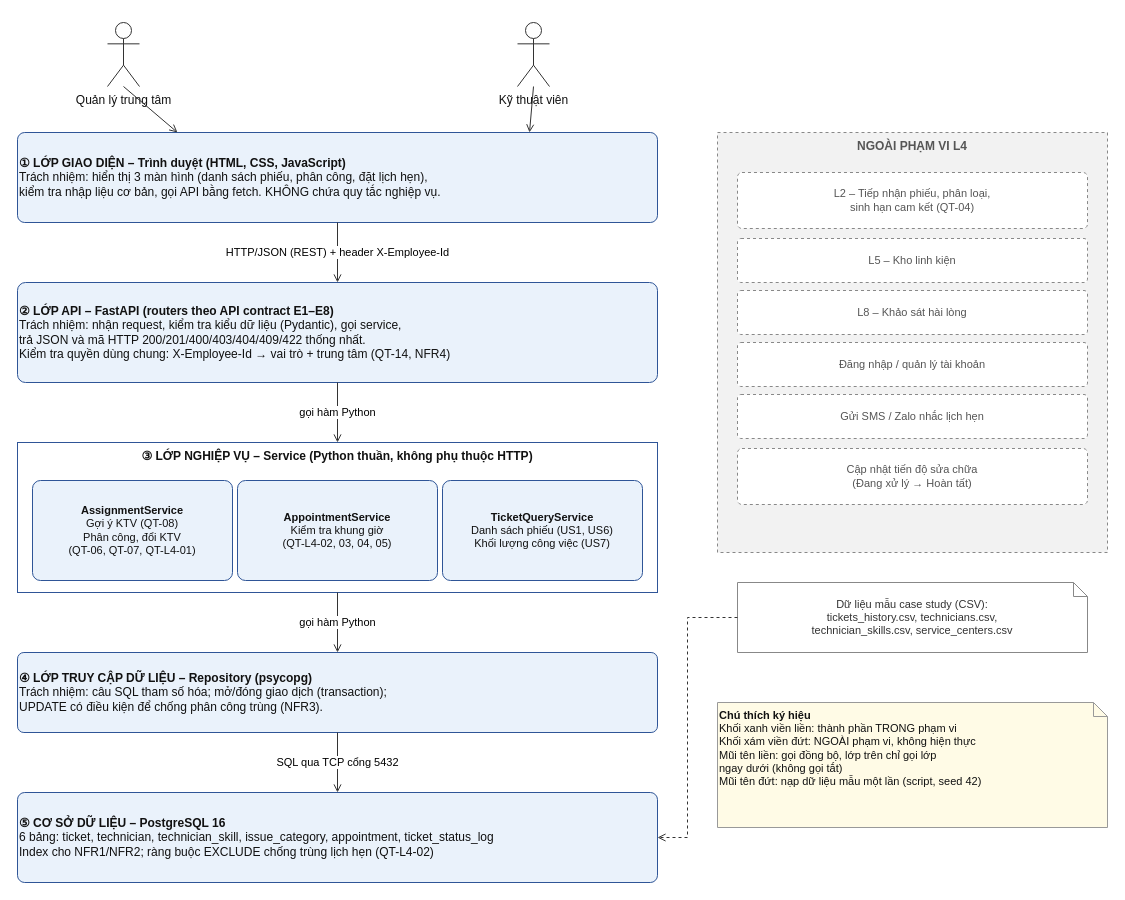
This is docs/architecture.drawio from Thaiduc2374802010117/smartcrm-2374802010117-technician-assignment, a draw.io file, before an edit. Source tidied: cells renumbered, new cells numbered last; positions are measured from the earlier drawing's top-left corner, leaving out a move shared by most shapes. Both pictures are drawn from the tidied source at 100%, with x=0, y=0 at pixel (17, 22).
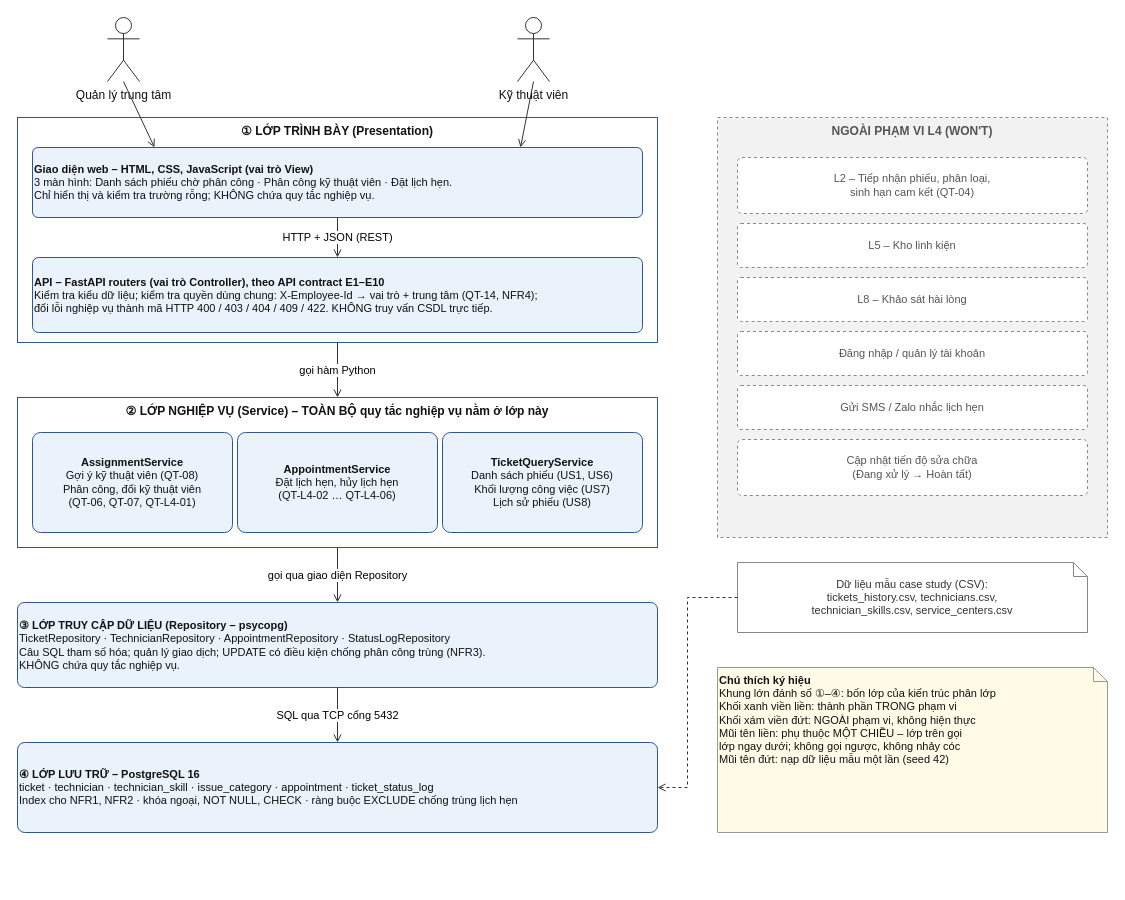
Above is the later version.

Commit message (it also covers changes not shown here):
docs: refine 4-layer architecture, 3NF ERD and consistency check

What changed in the source:
```diff
@@
     <mxCell id="2" value="Quản lý trung tâm" style="shape=umlActor;verticalLabelPosition=bottom;verticalAlign=top;html=1;outlineConnect=0;fillColor=#FFFFFF;strokeColor=#333333;fontSize=12;fontColor=#111111;" parent="1" vertex="1">
-      <mxGeometry x="90" width="32" height="64" as="geometry" />
+      <mxGeometry x="90" y="-5" width="32" height="64" as="geometry" />
     </mxCell>
     <mxCell id="3" value="Kỹ thuật viên" style="shape=umlActor;verticalLabelPosition=bottom;verticalAlign=top;html=1;outlineConnect=0;fillColor=#FFFFFF;strokeColor=#333333;fontSize=12;fontColor=#111111;" parent="1" vertex="1">
-      <mxGeometry x="500" width="32" height="64" as="geometry" />
+      <mxGeometry x="500" y="-5" width="32" height="64" as="geometry" />
     </mxCell>
+    <mxCell id="28" value="&lt;b&gt;① LỚP TRÌNH BÀY (Presentation)&lt;/b&gt;" style="rounded=0;whiteSpace=wrap;html=1;verticalAlign=top;fillColor=#FFFFFF;strokeColor=#2F5597;fontSize=12;fontColor=#111111;align=center;" parent="1" vertex="1">
+      <mxGeometry y="95" width="640" height="225" as="geometry" />
+    </mxCell>
-    <mxCell id="4" value="&lt;b&gt;① LỚP GIAO DIỆN – Trình duyệt (HTML, CSS, JavaScript)&lt;/b&gt;&lt;br&gt;Trách nhiệm: hiển thị 3 màn hình (danh sách phiếu, phân công, đặt lịch hẹn),&lt;br&gt;kiểm tra nhập liệu cơ bản, gọi API bằng fetch. KHÔNG chứa quy tắc nghiệp vụ." style="rounded=1;arcSize=8;whiteSpace=wrap;html=1;fillColor=#EAF2FB;strokeColor=#2F5597;fontSize=12;fontColor=#111111;align=left;verticalAlign=middle;" parent="1" vertex="1">
-      <mxGeometry y="110" width="640" height="90" as="geometry" />
+    <mxCell id="4" value="&lt;b&gt;Giao diện web – HTML, CSS, JavaScript (vai trò View)&lt;/b&gt;&lt;br&gt;3 màn hình: Danh sách phiếu chờ phân công · Phân công kỹ thuật viên · Đặt lịch hẹn.&lt;br&gt;Chỉ hiển thị và kiểm tra trường rỗng; KHÔNG chứa quy tắc nghiệp vụ." style="rounded=1;arcSize=8;whiteSpace=wrap;html=1;fillColor=#EAF2FB;strokeColor=#2F5597;fontSize=11;fontColor=#111111;align=left;verticalAlign=middle;" parent="1" vertex="1">
+      <mxGeometry x="15" y="125" width="610" height="70" as="geometry" />
     </mxCell>
-    <mxCell id="5" value="&lt;b&gt;② LỚP API – FastAPI (routers theo API contract E1–E8)&lt;/b&gt;&lt;br&gt;Trách nhiệm: nhận request, kiểm tra kiểu dữ liệu (Pydantic), gọi service,&lt;br&gt;trả JSON và mã HTTP 200/201/400/403/404/409/422 thống nhất.&lt;br&gt;Kiểm tra quyền dùng chung: X-Employee-Id → vai trò + trung tâm (QT-14, NFR4)" style="rounded=1;arcSize=8;whiteSpace=wrap;html=1;fillColor=#EAF2FB;strokeColor=#2F5597;fontSize=12;fontColor=#111111;align=left;verticalAlign=middle;" parent="1" vertex="1">
-      <mxGeometry y="260" width="640" height="100" as="geometry" />
+    <mxCell id="5" value="&lt;b&gt;API – FastAPI routers (vai trò Controller), theo API contract E1–E10&lt;/b&gt;&lt;br&gt;Kiểm tra kiểu dữ liệu; kiểm tra quyền dùng chung: X-Employee-Id → vai trò + trung tâm (QT-14, NFR4);&lt;br&gt;đổi lỗi nghiệp vụ thành mã HTTP 400 / 403 / 404 / 409 / 422. KHÔNG truy vấn CSDL trực tiếp." style="rounded=1;arcSize=8;whiteSpace=wrap;html=1;fillColor=#EAF2FB;strokeColor=#2F5597;fontSize=11;fontColor=#111111;align=left;verticalAlign=middle;" parent="1" vertex="1">
+      <mxGeometry x="15" y="235" width="610" height="75" as="geometry" />
     </mxCell>
-    <mxCell id="6" value="&lt;b&gt;③ LỚP NGHIỆP VỤ – Service (Python thuần, không phụ thuộc HTTP)&lt;/b&gt;" style="rounded=0;whiteSpace=wrap;html=1;verticalAlign=top;fillColor=#FFFFFF;strokeColor=#2F5597;fontSize=12;fontColor=#111111;align=center;" parent="1" vertex="1">
-      <mxGeometry y="420" width="640" height="150" as="geometry" />
+    <mxCell id="6" value="&lt;b&gt;② LỚP NGHIỆP VỤ (Service) – TOÀN BỘ quy tắc nghiệp vụ nằm ở lớp này&lt;/b&gt;" style="rounded=0;whiteSpace=wrap;html=1;verticalAlign=top;fillColor=#FFFFFF;strokeColor=#2F5597;fontSize=12;fontColor=#111111;align=center;" parent="1" vertex="1">
+      <mxGeometry y="375" width="640" height="150" as="geometry" />
     </mxCell>
-    <mxCell id="7" value="&lt;b&gt;AssignmentService&lt;/b&gt;&lt;br&gt;Gợi ý KTV (QT-08)&lt;br&gt;Phân công, đổi KTV&lt;br&gt;(QT-06, QT-07, QT-L4-01)" style="rounded=1;arcSize=8;whiteSpace=wrap;html=1;fillColor=#EAF2FB;strokeColor=#2F5597;fontSize=11;fontColor=#111111;align=center;verticalAlign=middle;" parent="1" vertex="1">
-      <mxGeometry x="15" y="458" width="200" height="100" as="geometry" />
+    <mxCell id="7" value="&lt;b&gt;AssignmentService&lt;/b&gt;&lt;br&gt;Gợi ý kỹ thuật viên (QT-08)&lt;br&gt;Phân công, đổi kỹ thuật viên&lt;br&gt;(QT-06, QT-07, QT-L4-01)" style="rounded=1;arcSize=8;whiteSpace=wrap;html=1;fillColor=#EAF2FB;strokeColor=#2F5597;fontSize=11;fontColor=#111111;align=center;verticalAlign=middle;" parent="1" vertex="1">
+      <mxGeometry x="15" y="410" width="200" height="100" as="geometry" />
     </mxCell>
-    <mxCell id="8" value="&lt;b&gt;AppointmentService&lt;/b&gt;&lt;br&gt;Kiểm tra khung giờ&lt;br&gt;(QT-L4-02, 03, 04, 05)" style="rounded=1;arcSize=8;whiteSpace=wrap;html=1;fillColor=#EAF2FB;strokeColor=#2F5597;fontSize=11;fontColor=#111111;align=center;verticalAlign=middle;" parent="1" vertex="1">
-      <mxGeometry x="220" y="458" width="200" height="100" as="geometry" />
+    <mxCell id="8" value="&lt;b&gt;AppointmentService&lt;/b&gt;&lt;br&gt;Đặt lịch hẹn, hủy lịch hẹn&lt;br&gt;(QT-L4-02 … QT-L4-06)" style="rounded=1;arcSize=8;whiteSpace=wrap;html=1;fillColor=#EAF2FB;strokeColor=#2F5597;fontSize=11;fontColor=#111111;align=center;verticalAlign=middle;" parent="1" vertex="1">
+      <mxGeometry x="220" y="410" width="200" height="100" as="geometry" />
     </mxCell>
-    <mxCell id="9" value="&lt;b&gt;TicketQueryService&lt;/b&gt;&lt;br&gt;Danh sách phiếu (US1, US6)&lt;br&gt;Khối lượng công việc (US7)" style="rounded=1;arcSize=8;whiteSpace=wrap;html=1;fillColor=#EAF2FB;strokeColor=#2F5597;fontSize=11;fontColor=#111111;align=center;verticalAlign=middle;" parent="1" vertex="1">
-      <mxGeometry x="425" y="458" width="200" height="100" as="geometry" />
+    <mxCell id="9" value="&lt;b&gt;TicketQueryService&lt;/b&gt;&lt;br&gt;Danh sách phiếu (US1, US6)&lt;br&gt;Khối lượng công việc (US7)&lt;br&gt;Lịch sử phiếu (US8)" style="rounded=1;arcSize=8;whiteSpace=wrap;html=1;fillColor=#EAF2FB;strokeColor=#2F5597;fontSize=11;fontColor=#111111;align=center;verticalAlign=middle;" parent="1" vertex="1">
+      <mxGeometry x="425" y="410" width="200" height="100" as="geometry" />
     </mxCell>
-    <mxCell id="10" value="&lt;b&gt;④ LỚP TRUY CẬP DỮ LIỆU – Repository (psycopg)&lt;/b&gt;&lt;br&gt;Trách nhiệm: câu SQL tham số hóa; mở/đóng giao dịch (transaction);&lt;br&gt;UPDATE có điều kiện để chống phân công trùng (NFR3)." style="rounded=1;arcSize=8;whiteSpace=wrap;html=1;fillColor=#EAF2FB;strokeColor=#2F5597;fontSize=12;fontColor=#111111;align=left;verticalAlign=middle;" parent="1" vertex="1">
-      <mxGeometry y="630" width="640" height="80" as="geometry" />
+    <mxCell id="10" value="&lt;b&gt;③ LỚP TRUY CẬP DỮ LIỆU (Repository – psycopg)&lt;/b&gt;&lt;br&gt;TicketRepository · TechnicianRepository · AppointmentRepository · StatusLogRepository&lt;br&gt;Câu SQL tham số hóa; quản lý giao dịch; UPDATE có điều kiện chống phân công trùng (NFR3).&lt;br&gt;KHÔNG chứa quy tắc nghiệp vụ." style="rounded=1;arcSize=8;whiteSpace=wrap;html=1;fillColor=#EAF2FB;strokeColor=#2F5597;fontSize=11;fontColor=#111111;align=left;verticalAlign=middle;" parent="1" vertex="1">
+      <mxGeometry y="580" width="640" height="85" as="geometry" />
     </mxCell>
-    <mxCell id="11" value="&lt;b&gt;⑤ CƠ SỞ DỮ LIỆU – PostgreSQL 16&lt;/b&gt;&lt;br&gt;6 bảng: ticket, technician, technician_skill, issue_category, appointment, ticket_status_log&lt;br&gt;Index cho NFR1/NFR2; ràng buộc EXCLUDE chống trùng lịch hẹn (QT-L4-02)" style="rounded=1;arcSize=8;whiteSpace=wrap;html=1;fillColor=#EAF2FB;strokeColor=#2F5597;fontSize=12;fontColor=#111111;align=left;verticalAlign=middle;" parent="1" vertex="1">
-      <mxGeometry y="770" width="640" height="90" as="geometry" />
+    <mxCell id="11" value="&lt;b&gt;④ LỚP LƯU TRỮ – PostgreSQL 16&lt;/b&gt;&lt;br&gt;ticket · technician · technician_skill · issue_category · appointment · ticket_status_log&lt;br&gt;Index cho NFR1, NFR2 · khóa ngoại, NOT NULL, CHECK · ràng buộc EXCLUDE chống trùng lịch hẹn" style="rounded=1;arcSize=8;whiteSpace=wrap;html=1;fillColor=#EAF2FB;strokeColor=#2F5597;fontSize=11;fontColor=#111111;align=left;verticalAlign=middle;" parent="1" vertex="1">
+      <mxGeometry y="720" width="640" height="90" as="geometry" />
     </mxCell>
-    <mxCell id="12" value="&lt;b&gt;NGOÀI PHẠM VI L4&lt;/b&gt;" style="rounded=0;whiteSpace=wrap;html=1;verticalAlign=top;fillColor=#F2F2F2;strokeColor=#888888;fontSize=12;fontColor=#555555;align=center;dashed=1;" parent="1" vertex="1">
-      <mxGeometry x="700" y="110" width="390" height="420" as="geometry" />
+    <mxCell id="12" value="&lt;b&gt;NGOÀI PHẠM VI L4 (WON&amp;#x27;T)&lt;/b&gt;" style="rounded=0;whiteSpace=wrap;html=1;verticalAlign=top;fillColor=#F2F2F2;strokeColor=#888888;fontSize=12;fontColor=#555555;align=center;dashed=1;" parent="1" vertex="1">
+      <mxGeometry x="700" y="95" width="390" height="420" as="geometry" />
     </mxCell>
+    <mxCell id="29" value="L2 – Tiếp nhận phiếu, phân loại,&lt;br&gt;sinh hạn cam kết (QT-04)" style="rounded=1;arcSize=8;whiteSpace=wrap;html=1;fillColor=#FFFFFF;strokeColor=#888888;fontSize=11;fontColor=#555555;align=center;verticalAlign=middle;dashed=1;" parent="1" vertex="1">
+      <mxGeometry x="720" y="135" width="350" height="56" as="geometry" />
+    </mxCell>
-    <mxCell id="13" value="L2 – Tiếp nhận phiếu, phân loại,&lt;br&gt;sinh hạn cam kết (QT-04)" style="rounded=1;arcSize=8;whiteSpace=wrap;html=1;fillColor=#FFFFFF;strokeColor=#888888;fontSize=11;fontColor=#555555;align=center;verticalAlign=middle;dashed=1;" parent="1" vertex="1">
-      <mxGeometry x="720" y="150" width="350" height="56" as="geometry" />
+    <mxCell id="13" value="L5 – Kho linh kiện" style="rounded=1;arcSize=8;whiteSpace=wrap;html=1;fillColor=#FFFFFF;strokeColor=#888888;fontSize=11;fontColor=#555555;align=center;verticalAlign=middle;dashed=1;" parent="1" vertex="1">
+      <mxGeometry x="720" y="201" width="350" height="44" as="geometry" />
     </mxCell>
-    <mxCell id="14" value="L5 – Kho linh kiện" style="rounded=1;arcSize=8;whiteSpace=wrap;html=1;fillColor=#FFFFFF;strokeColor=#888888;fontSize=11;fontColor=#555555;align=center;verticalAlign=middle;dashed=1;" parent="1" vertex="1">
-      <mxGeometry x="720" y="216" width="350" height="44" as="geometry" />
+    <mxCell id="14" value="L8 – Khảo sát hài lòng" style="rounded=1;arcSize=8;whiteSpace=wrap;html=1;fillColor=#FFFFFF;strokeColor=#888888;fontSize=11;fontColor=#555555;align=center;verticalAlign=middle;dashed=1;" parent="1" vertex="1">
+      <mxGeometry x="720" y="255" width="350" height="44" as="geometry" />
     </mxCell>
-    <mxCell id="15" value="L8 – Khảo sát hài lòng" style="rounded=1;arcSize=8;whiteSpace=wrap;html=1;fillColor=#FFFFFF;strokeColor=#888888;fontSize=11;fontColor=#555555;align=center;verticalAlign=middle;dashed=1;" parent="1" vertex="1">
-      <mxGeometry x="720" y="268" width="350" height="44" as="geometry" />
+    <mxCell id="15" value="Đăng nhập / quản lý tài khoản" style="rounded=1;arcSize=8;whiteSpace=wrap;html=1;fillColor=#FFFFFF;strokeColor=#888888;fontSize=11;fontColor=#555555;align=center;verticalAlign=middle;dashed=1;" parent="1" vertex="1">
+      <mxGeometry x="720" y="309" width="350" height="44" as="geometry" />
     </mxCell>
-    <mxCell id="16" value="Đăng nhập / quản lý tài khoản" style="rounded=1;arcSize=8;whiteSpace=wrap;html=1;fillColor=#FFFFFF;strokeColor=#888888;fontSize=11;fontColor=#555555;align=center;verticalAlign=middle;dashed=1;" parent="1" vertex="1">
-      <mxGeometry x="720" y="320" width="350" height="44" as="geometry" />
+    <mxCell id="16" value="Gửi SMS / Zalo nhắc lịch hẹn" style="rounded=1;arcSize=8;whiteSpace=wrap;html=1;fillColor=#FFFFFF;strokeColor=#888888;fontSize=11;fontColor=#555555;align=center;verticalAlign=middle;dashed=1;" parent="1" vertex="1">
+      <mxGeometry x="720" y="363" width="350" height="44" as="geometry" />
     </mxCell>
-    <mxCell id="17" value="Gửi SMS / Zalo nhắc lịch hẹn" style="rounded=1;arcSize=8;whiteSpace=wrap;html=1;fillColor=#FFFFFF;strokeColor=#888888;fontSize=11;fontColor=#555555;align=center;verticalAlign=middle;dashed=1;" parent="1" vertex="1">
-      <mxGeometry x="720" y="372" width="350" height="44" as="geometry" />
+    <mxCell id="17" value="Cập nhật tiến độ sửa chữa&lt;br&gt;(Đang xử lý → Hoàn tất)" style="rounded=1;arcSize=8;whiteSpace=wrap;html=1;fillColor=#FFFFFF;strokeColor=#888888;fontSize=11;fontColor=#555555;align=center;verticalAlign=middle;dashed=1;" parent="1" vertex="1">
+      <mxGeometry x="720" y="417" width="350" height="56" as="geometry" />
     </mxCell>
-    <mxCell id="18" value="Cập nhật tiến độ sửa chữa&lt;br&gt;(Đang xử lý → Hoàn tất)" style="rounded=1;arcSize=8;whiteSpace=wrap;html=1;fillColor=#FFFFFF;strokeColor=#888888;fontSize=11;fontColor=#555555;align=center;verticalAlign=middle;dashed=1;" parent="1" vertex="1">
-      <mxGeometry x="720" y="426" width="350" height="56" as="geometry" />
-    </mxCell>
     <mxCell id="19" value="Dữ liệu mẫu case study (CSV):&lt;br&gt;tickets_history.csv, technicians.csv,&lt;br&gt;technician_skills.csv, service_centers.csv" style="shape=note;size=14;whiteSpace=wrap;html=1;fillColor=#FFFFFF;strokeColor=#888888;fontSize=11;fontColor=#333333;align=center;verticalAlign=middle;" parent="1" vertex="1">
-      <mxGeometry x="720" y="560" width="350" height="70" as="geometry" />
+      <mxGeometry x="720" y="540" width="350" height="70" as="geometry" />
     </mxCell>
-    <mxCell id="20" value="&lt;b&gt;Chú thích ký hiệu&lt;/b&gt;&lt;br&gt;Khối xanh viền liền: thành phần TRONG phạm vi&lt;br&gt;Khối xám viền đứt: NGOÀI phạm vi, không hiện thực&lt;br&gt;Mũi tên liền: gọi đồng bộ, lớp trên chỉ gọi lớp&lt;br&gt;  ngay dưới (không gọi tắt)&lt;br&gt;Mũi tên đứt: nạp dữ liệu mẫu một lần (script, seed 42)" style="shape=note;size=14;whiteSpace=wrap;html=1;fillColor=#FFFBE6;strokeColor=#999999;fontSize=11;fontColor=#111111;align=left;verticalAlign=top;" parent="1" vertex="1">
-      <mxGeometry x="700" y="680" width="390" height="125" as="geometry" />
+    <mxCell id="20" value="&lt;b&gt;Chú thích ký hiệu&lt;/b&gt;&lt;br&gt;Khung lớn đánh số ①–④: bốn lớp của kiến trúc phân lớp&lt;br&gt;Khối xanh viền liền: thành phần TRONG phạm vi&lt;br&gt;Khối xám viền đứt: NGOÀI phạm vi, không hiện thực&lt;br&gt;Mũi tên liền: phụ thuộc MỘT CHIỀU – lớp trên gọi&lt;br&gt;  lớp ngay dưới; không gọi ngược, không nhảy cóc&lt;br&gt;Mũi tên đứt: nạp dữ liệu mẫu một lần (seed 42)" style="shape=note;size=14;whiteSpace=wrap;html=1;fillColor=#FFFBE6;strokeColor=#999999;fontSize=11;fontColor=#111111;align=left;verticalAlign=top;" parent="1" vertex="1">
+      <mxGeometry x="700" y="645" width="390" height="165" as="geometry" />
     </mxCell>
-    <mxCell id="21" style="endArrow=open;html=1;strokeColor=#333333;fontSize=11;rounded=0;exitX=0.5;exitY=1;entryX=0.25;entryY=0;exitDx=0;exitDy=0;entryDx=0;entryDy=0;" parent="1" edge="1" source="2" target="4">
+    <mxCell id="21" style="endArrow=open;html=1;strokeColor=#333333;fontSize=11;rounded=0;exitX=0.5;exitY=1;entryX=0.2;entryY=0;exitDx=0;exitDy=0;entryDx=0;entryDy=0;" parent="1" edge="1" source="2" target="4">
       <mxGeometry relative="1" as="geometry" />
     </mxCell>
@@
-    <mxCell id="23" value="HTTP/JSON (REST) + header X-Employee-Id" style="endArrow=open;html=1;strokeColor=#333333;fontSize=11;rounded=0;exitX=0.5;exitY=1;entryX=0.5;entryY=0;exitDx=0;exitDy=0;entryDx=0;entryDy=0;" parent="1" edge="1" source="4" target="5">
+    <mxCell id="23" value="HTTP + JSON (REST)" style="endArrow=open;html=1;strokeColor=#333333;fontSize=11;rounded=0;exitX=0.5;exitY=1;entryX=0.5;entryY=0;exitDx=0;exitDy=0;entryDx=0;entryDy=0;" parent="1" edge="1" source="4" target="5">
       <mxGeometry relative="1" as="geometry" />
     </mxCell>
-    <mxCell id="24" value="gọi hàm Python" style="endArrow=open;html=1;strokeColor=#333333;fontSize=11;rounded=0;exitX=0.5;exitY=1;entryX=0.5;entryY=0;exitDx=0;exitDy=0;entryDx=0;entryDy=0;" parent="1" edge="1" source="5" target="6">
+    <mxCell id="24" value="gọi hàm Python" style="endArrow=open;html=1;strokeColor=#333333;fontSize=11;rounded=0;exitX=0.5;exitY=1;entryX=0.5;entryY=0;exitDx=0;exitDy=0;entryDx=0;entryDy=0;" parent="1" edge="1" source="28" target="6">
       <mxGeometry relative="1" as="geometry" />
     </mxCell>
-    <mxCell id="25" value="gọi hàm Python" style="endArrow=open;html=1;strokeColor=#333333;fontSize=11;rounded=0;exitX=0.5;exitY=1;entryX=0.5;entryY=0;exitDx=0;exitDy=0;entryDx=0;entryDy=0;" parent="1" edge="1" source="6" target="10">
+    <mxCell id="25" value="gọi qua giao diện Repository" style="endArrow=open;html=1;strokeColor=#333333;fontSize=11;rounded=0;exitX=0.5;exitY=1;entryX=0.5;entryY=0;exitDx=0;exitDy=0;entryDx=0;entryDy=0;" parent="1" edge="1" source="6" target="10">
       <mxGeometry relative="1" as="geometry" />
     </mxCell>
@@
     <mxCell id="27" style="endArrow=open;html=1;strokeColor=#333333;fontSize=11;rounded=0;dashed=1;exitX=0;exitY=0.5;entryX=1;entryY=0.5;exitDx=0;exitDy=0;entryDx=0;entryDy=0;" parent="1" edge="1" source="19" target="11">
       <mxGeometry relative="1" as="geometry">
         <Array as="points">
-          <mxPoint x="670" y="595" />
-          <mxPoint x="670" y="815" />
+          <mxPoint x="670" y="575" />
+          <mxPoint x="670" y="765" />
         </Array>
       </mxGeometry>
     </mxCell>
```
